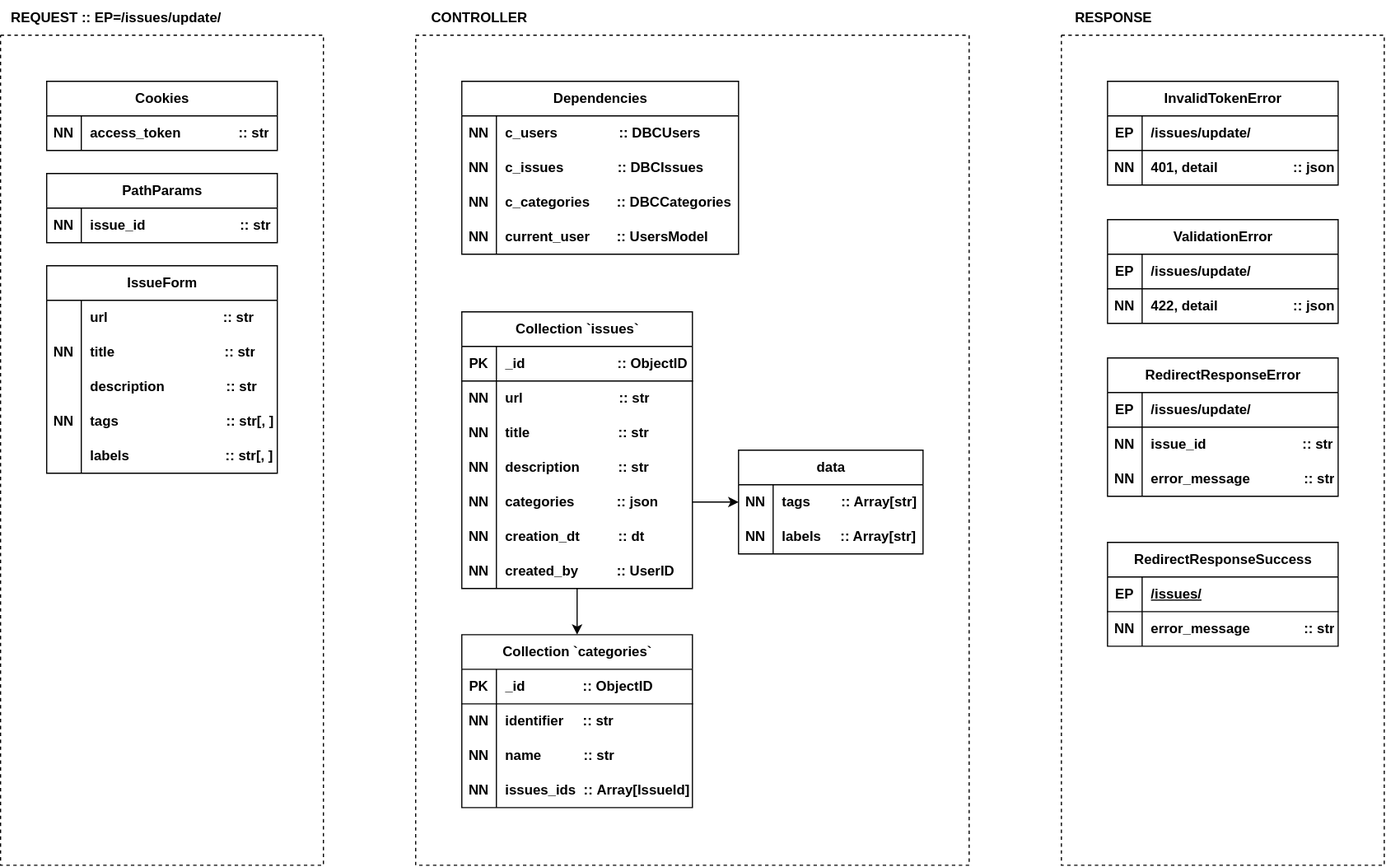
ames0k0/Ticket keeps this draw.io diagram as contributors/issues/update/post/Diagram-Update.drawio.svg. Above is the earlier version. Source tidied: cells renumbered, new cells last; positions are measured from the earlier drawing's top-left corner, leaving out a move shared by most shapes.
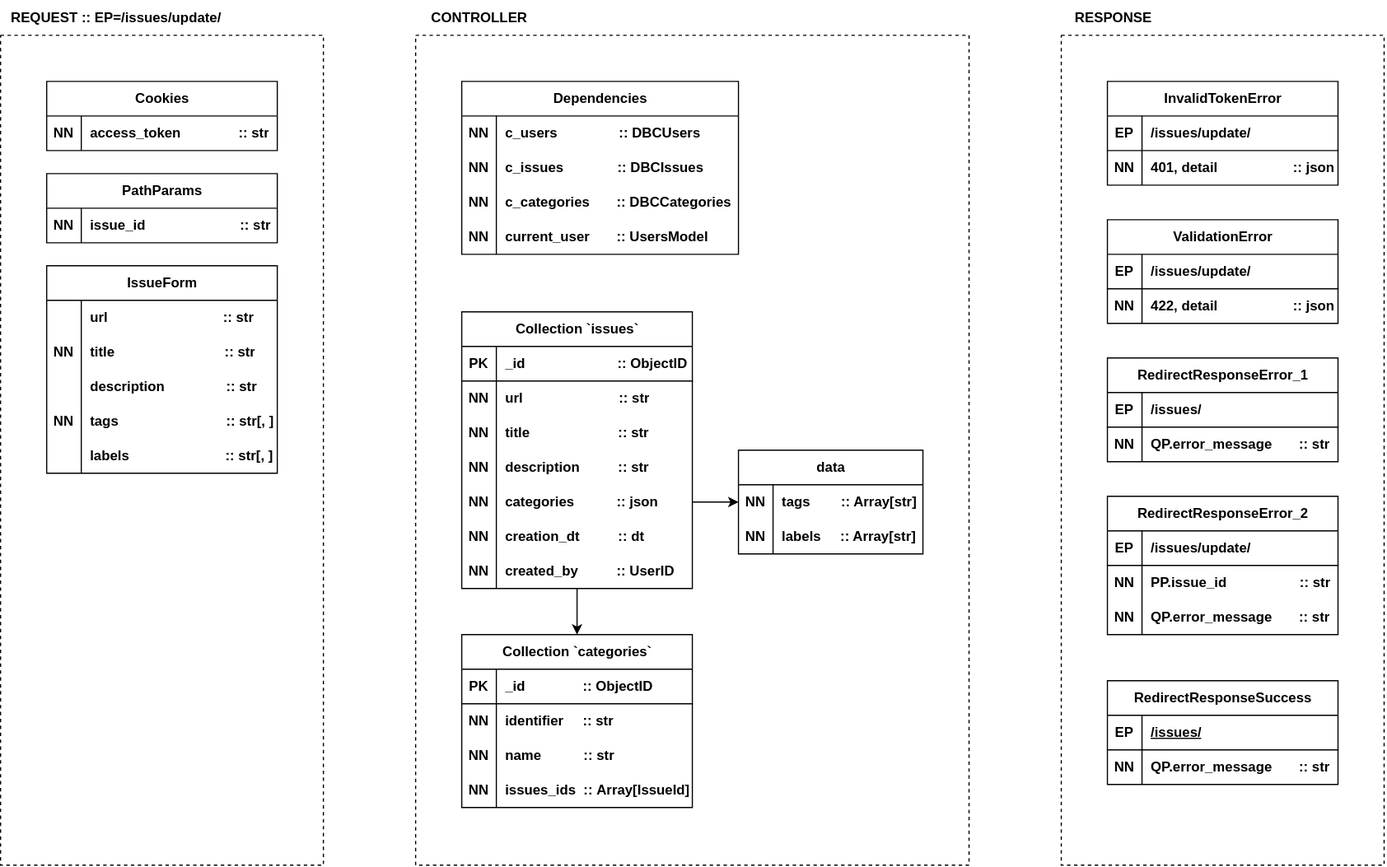
The same diagram one commit later.

Commit message:
[ticket] Contributors: Issues::Update::POST

The edit, as a diff of the source:
```diff
@@ -182,8 +182,8 @@
     <mxCell id="61" value="&lt;b&gt;issues_ids&amp;nbsp; ::&amp;nbsp;Array[IssueId]&lt;/b&gt;" style="shape=partialRectangle;fillColor=none;top=0;left=0;bottom=0;right=0;align=left;spacingLeft=6;overflow=hidden;whiteSpace=wrap;html=1;" parent="59" vertex="1">
       <mxGeometry x="30" width="170" height="30" as="geometry" />
     </mxCell>
-    <mxCell id="62" value="RedirectResponseError" style="shape=table;startSize=30;rowLines=0;fontStyle=1;align=center;html=1;" parent="1" vertex="1">
-      <mxGeometry x="960" y="310" width="200" height="120" as="geometry" />
+    <mxCell id="62" value="RedirectResponseError_1" style="shape=table;startSize=30;rowLines=0;fontStyle=1;align=center;html=1;" parent="1" vertex="1">
+      <mxGeometry x="960" y="310" width="200" height="90" as="geometry" />
     </mxCell>
     <mxCell id="63" style="shape=tableRow;horizontal=0;startSize=0;swimlaneHead=0;swimlaneBody=0;fillColor=none;top=0;left=0;right=0;bottom=1;" parent="62" vertex="1">
       <mxGeometry y="30" width="200" height="30" as="geometry" />
@@ -191,29 +191,20 @@
     <mxCell id="64" value="EP" style="shape=partialRectangle;fillColor=none;top=0;left=0;bottom=0;right=0;fontStyle=1;overflow=hidden;whiteSpace=wrap;html=1;" parent="63" vertex="1">
       <mxGeometry width="30" height="30" as="geometry" />
     </mxCell>
-    <mxCell id="65" value="/issues/update/" style="shape=partialRectangle;fillColor=none;top=0;left=0;bottom=0;right=0;align=left;spacingLeft=6;fontStyle=1;overflow=hidden;whiteSpace=wrap;html=1;" parent="63" vertex="1">
+    <mxCell id="65" value="/issues/" style="shape=partialRectangle;fillColor=none;top=0;left=0;bottom=0;right=0;align=left;spacingLeft=6;fontStyle=1;overflow=hidden;whiteSpace=wrap;html=1;" parent="63" vertex="1">
       <mxGeometry x="30" width="170" height="30" as="geometry" />
     </mxCell>
-    <mxCell id="66" style="shape=tableRow;horizontal=0;startSize=0;swimlaneHead=0;swimlaneBody=0;fillColor=none;top=0;left=0;right=0;bottom=0;" parent="62" vertex="1">
-      <mxGeometry y="60" width="200" height="30" as="geometry" />
-    </mxCell>
-    <mxCell id="67" value="&lt;b&gt;NN&lt;/b&gt;" style="shape=partialRectangle;fillColor=none;top=0;left=0;bottom=0;right=0;overflow=hidden;whiteSpace=wrap;html=1;" parent="66" vertex="1">
-      <mxGeometry width="30" height="30" as="geometry" />
-    </mxCell>
-    <mxCell id="68" value="issue_id&amp;nbsp; &amp;nbsp; &amp;nbsp; &amp;nbsp; &amp;nbsp; &amp;nbsp; &amp;nbsp; &amp;nbsp; &amp;nbsp; &amp;nbsp; &amp;nbsp; &amp;nbsp; &amp;nbsp;:: str" style="shape=partialRectangle;fillColor=none;top=0;left=0;bottom=0;right=0;align=left;spacingLeft=6;overflow=hidden;whiteSpace=wrap;html=1;fontStyle=1;" parent="66" vertex="1">
-      <mxGeometry x="30" width="170" height="30" as="geometry" />
-    </mxCell>
     <mxCell id="69" style="shape=tableRow;horizontal=0;startSize=0;swimlaneHead=0;swimlaneBody=0;fillColor=none;top=0;left=0;right=0;bottom=0;" parent="62" vertex="1">
-      <mxGeometry y="90" width="200" height="30" as="geometry" />
+      <mxGeometry y="60" width="200" height="30" as="geometry" />
     </mxCell>
     <mxCell id="70" value="&lt;b&gt;NN&lt;/b&gt;" style="shape=partialRectangle;fillColor=none;top=0;left=0;bottom=0;right=0;overflow=hidden;whiteSpace=wrap;html=1;" parent="69" vertex="1">
       <mxGeometry width="30" height="30" as="geometry" />
     </mxCell>
-    <mxCell id="71" value="error_message&amp;nbsp;&amp;nbsp;&amp;nbsp;&amp;nbsp; &amp;nbsp; &amp;nbsp; &amp;nbsp; &amp;nbsp; &amp;nbsp;:: &lt;span&gt;str&lt;/span&gt;" style="shape=partialRectangle;fillColor=none;top=0;left=0;bottom=0;right=0;align=left;spacingLeft=6;overflow=hidden;whiteSpace=wrap;html=1;fontStyle=1;" parent="69" vertex="1">
+    <mxCell id="71" value="QP.error_message&amp;nbsp; &amp;nbsp; &amp;nbsp; &amp;nbsp;:: &lt;span&gt;str&lt;/span&gt;" style="shape=partialRectangle;fillColor=none;top=0;left=0;bottom=0;right=0;align=left;spacingLeft=6;overflow=hidden;whiteSpace=wrap;html=1;fontStyle=1;" parent="69" vertex="1">
       <mxGeometry x="30" width="170" height="30" as="geometry" />
     </mxCell>
     <mxCell id="72" value="RedirectResponseSuccess" style="shape=table;startSize=30;rowLines=0;fontStyle=1;align=center;html=1;" parent="1" vertex="1">
-      <mxGeometry x="960" y="470" width="200" height="90" as="geometry" />
+      <mxGeometry x="960" y="590" width="200" height="90" as="geometry" />
     </mxCell>
     <mxCell id="73" style="shape=tableRow;horizontal=0;startSize=0;swimlaneHead=0;swimlaneBody=0;fillColor=none;top=0;left=0;right=0;bottom=1;" parent="72" vertex="1">
       <mxGeometry y="30" width="200" height="30" as="geometry" />
@@ -230,7 +221,7 @@
     <mxCell id="77" value="&lt;b&gt;NN&lt;/b&gt;" style="shape=partialRectangle;fillColor=none;top=0;left=0;bottom=0;right=0;overflow=hidden;whiteSpace=wrap;html=1;" parent="76" vertex="1">
       <mxGeometry width="30" height="30" as="geometry" />
     </mxCell>
-    <mxCell id="78" value="error_message&amp;nbsp;&amp;nbsp;&amp;nbsp;&amp;nbsp; &amp;nbsp; &amp;nbsp; &amp;nbsp; &amp;nbsp; &amp;nbsp;:: &lt;span&gt;str&lt;/span&gt;" style="shape=partialRectangle;fillColor=none;top=0;left=0;bottom=0;right=0;align=left;spacingLeft=6;overflow=hidden;whiteSpace=wrap;html=1;fontStyle=1;" parent="76" vertex="1">
+    <mxCell id="78" value="QP.error_message&amp;nbsp; &amp;nbsp; &amp;nbsp; &amp;nbsp;:: &lt;span&gt;str&lt;/span&gt;" style="shape=partialRectangle;fillColor=none;top=0;left=0;bottom=0;right=0;align=left;spacingLeft=6;overflow=hidden;whiteSpace=wrap;html=1;fontStyle=1;" parent="76" vertex="1">
       <mxGeometry x="30" width="170" height="30" as="geometry" />
     </mxCell>
     <mxCell id="79" style="endArrow=none;dashed=1;html=1;rounded=0;" parent="1" edge="1">
@@ -380,5 +371,35 @@
     <mxCell id="119" value="current_user&amp;nbsp; &amp;nbsp; &amp;nbsp; &amp;nbsp;:: UsersModel" style="shape=partialRectangle;fillColor=none;top=0;left=0;bottom=0;right=0;align=left;spacingLeft=6;overflow=hidden;whiteSpace=wrap;html=1;fontStyle=1;" parent="117" vertex="1">
       <mxGeometry x="30" width="210" height="30" as="geometry" />
     </mxCell>
+    <mxCell id="120" value="RedirectResponseError_2" style="shape=table;startSize=30;rowLines=0;fontStyle=1;align=center;html=1;" parent="1" vertex="1">
+      <mxGeometry x="960" y="430" width="200" height="120" as="geometry" />
+    </mxCell>
+    <mxCell id="121" style="shape=tableRow;horizontal=0;startSize=0;swimlaneHead=0;swimlaneBody=0;fillColor=none;top=0;left=0;right=0;bottom=1;" parent="120" vertex="1">
+      <mxGeometry y="30" width="200" height="30" as="geometry" />
+    </mxCell>
+    <mxCell id="122" value="EP" style="shape=partialRectangle;fillColor=none;top=0;left=0;bottom=0;right=0;fontStyle=1;overflow=hidden;whiteSpace=wrap;html=1;" parent="121" vertex="1">
+      <mxGeometry width="30" height="30" as="geometry" />
+    </mxCell>
+    <mxCell id="123" value="/issues/update/" style="shape=partialRectangle;fillColor=none;top=0;left=0;bottom=0;right=0;align=left;spacingLeft=6;fontStyle=1;overflow=hidden;whiteSpace=wrap;html=1;" parent="121" vertex="1">
+      <mxGeometry x="30" width="170" height="30" as="geometry" />
+    </mxCell>
+    <mxCell id="66" style="shape=tableRow;horizontal=0;startSize=0;swimlaneHead=0;swimlaneBody=0;fillColor=none;top=0;left=0;right=0;bottom=0;" parent="120" vertex="1">
+      <mxGeometry y="60" width="200" height="30" as="geometry" />
+    </mxCell>
+    <mxCell id="124" value="&lt;b&gt;NN&lt;/b&gt;" style="shape=partialRectangle;fillColor=none;top=0;left=0;bottom=0;right=0;overflow=hidden;whiteSpace=wrap;html=1;" parent="66" vertex="1">
+      <mxGeometry width="30" height="30" as="geometry" />
+    </mxCell>
+    <mxCell id="125" value="PP.issue_id&amp;nbsp; &amp;nbsp; &amp;nbsp; &amp;nbsp; &amp;nbsp; &amp;nbsp; &amp;nbsp; &amp;nbsp; &amp;nbsp; &amp;nbsp;:: str" style="shape=partialRectangle;fillColor=none;top=0;left=0;bottom=0;right=0;align=left;spacingLeft=6;overflow=hidden;whiteSpace=wrap;html=1;fontStyle=1;" parent="66" vertex="1">
+      <mxGeometry x="30" width="170" height="30" as="geometry" />
+    </mxCell>
+    <mxCell id="126" style="shape=tableRow;horizontal=0;startSize=0;swimlaneHead=0;swimlaneBody=0;fillColor=none;top=0;left=0;right=0;bottom=0;" parent="120" vertex="1">
+      <mxGeometry y="90" width="200" height="30" as="geometry" />
+    </mxCell>
+    <mxCell id="127" value="&lt;b&gt;NN&lt;/b&gt;" style="shape=partialRectangle;fillColor=none;top=0;left=0;bottom=0;right=0;overflow=hidden;whiteSpace=wrap;html=1;" parent="126" vertex="1">
+      <mxGeometry width="30" height="30" as="geometry" />
+    </mxCell>
+    <mxCell id="128" value="QP.error_message&amp;nbsp; &amp;nbsp; &amp;nbsp; &amp;nbsp;:: &lt;span&gt;str&lt;/span&gt;" style="shape=partialRectangle;fillColor=none;top=0;left=0;bottom=0;right=0;align=left;spacingLeft=6;overflow=hidden;whiteSpace=wrap;html=1;fontStyle=1;" parent="126" vertex="1">
+      <mxGeometry x="30" width="170" height="30" as="geometry" />
+    </mxCell>
   </root>
 </mxGraphModel>
```
